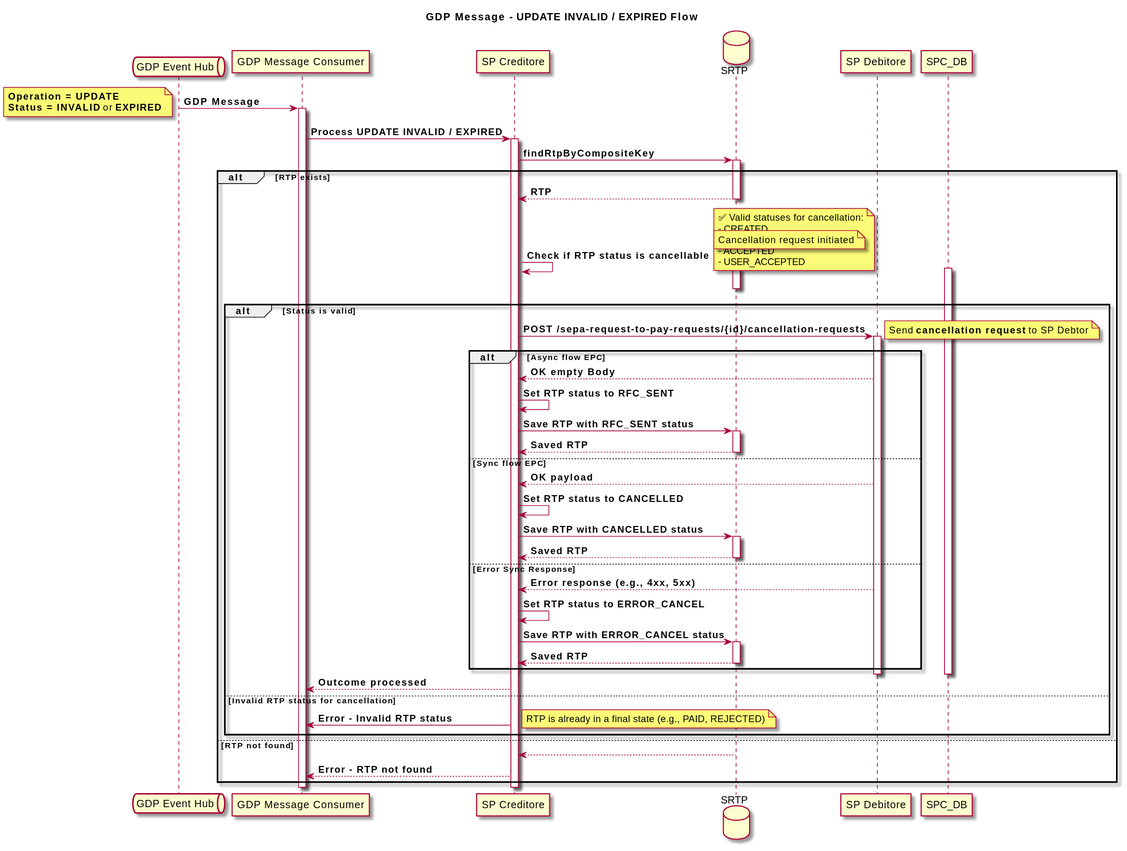
Earlier version of the PlantUML export diagrams/update-expired-invalid-queue-schema.svg (pagopa/rtp-docs).
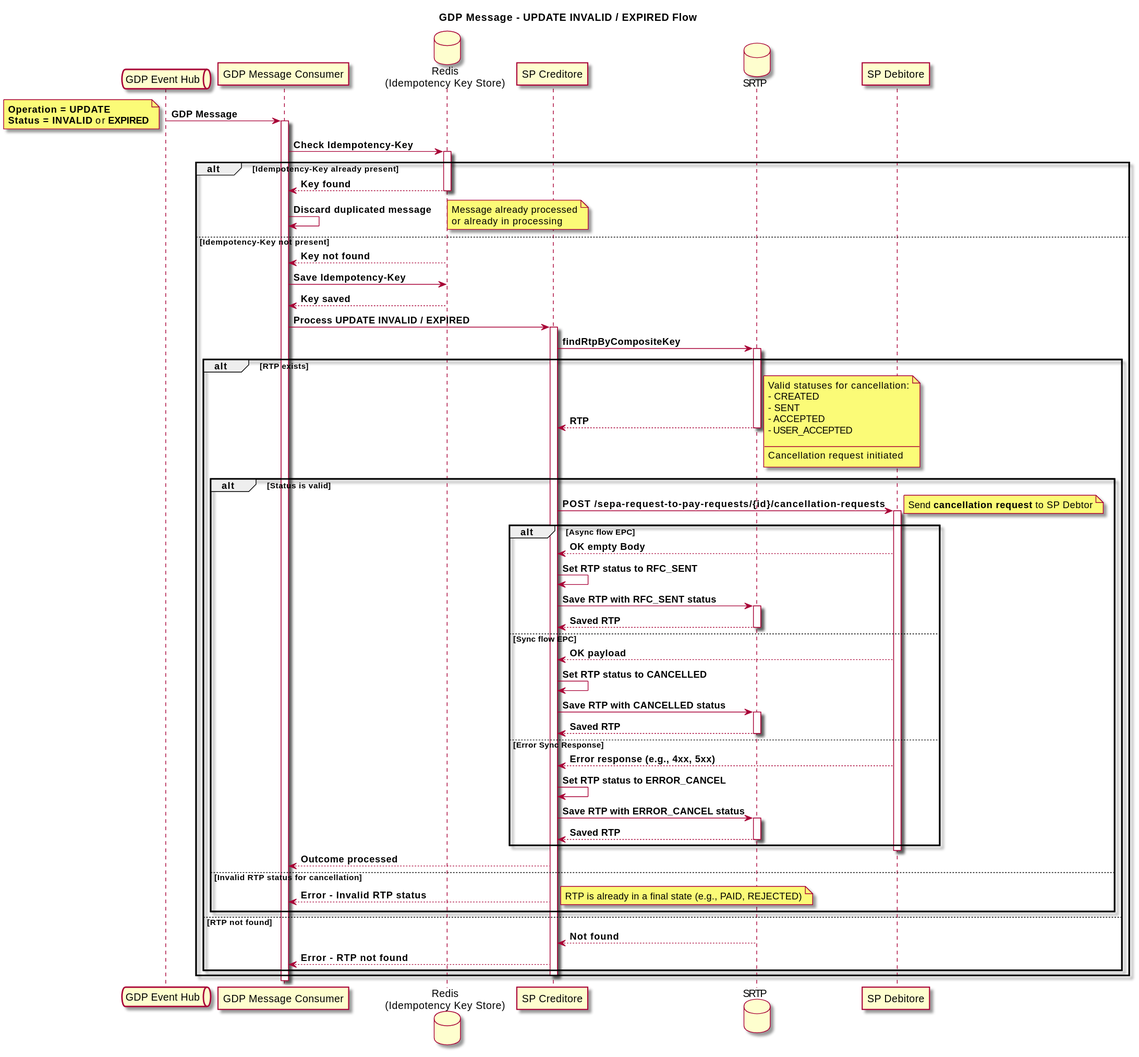
The same diagram one commit later.

Commit message:
feat: [SRTP-1566] add redis to updatate-expired schema

The edit, as a diff of the source:
```diff
@@ -4,6 +4,7 @@
 
 queue "GDP Event Hub" as Queue
 participant "GDP Message Consumer" as Consumer
+database "Redis\n(Idempotency Key Store)" as REDIS
 participant "SP Creditore" as SPC
 database "SRTP" as SRTP
 participant "SP Debitore" as SPD
@@ -15,73 +16,92 @@
 end note
 
 activate Consumer
-Consumer -> SPC: **Process UPDATE INVALID / EXPIRED**
-activate SPC
 
-SPC -> SRTP: **findRtpByCompositeKey**
-activate SRTP
+Consumer -> REDIS: **Check Idempotency-Key**
+activate REDIS
 
-alt **RTP exists**
-  SRTP --> SPC: **RTP**
-  deactivate SRTP
-
-  SPC -> SPC: **Check if RTP status is cancellable**
+alt **Idempotency-Key already present**
+  REDIS --> Consumer: **Key found**
+  deactivate REDIS
+  Consumer -> Consumer: **Discard duplicated message**
   note right
-    ✅ Valid statuses for cancellation:
-    - CREATED
-    - SENT
-    - ACCEPTED
-    - USER_ACCEPTED
+    Message already processed
+    or already in processing
   end note
 
-  alt **Status is valid**
-    note right: Cancellation request initiated
-    activate SPC_DB
-    activate SRTP
+else **Idempotency-Key not present**
+  REDIS --> Consumer: **Key not found**
+  Consumer -> REDIS: **Save Idempotency-Key**
+  REDIS --> Consumer: **Key saved**
+  deactivate REDIS
+
+  Consumer -> SPC: **Process UPDATE INVALID / EXPIRED**
+  activate SPC
+
+  SPC -> SRTP: **findRtpByCompositeKey**
+  activate SRTP
+
+  alt **RTP exists**
+    SRTP --> SPC: **RTP**
     deactivate SRTP
 
-    SPC -> SPD: **POST /sepa-request-to-pay-requests/{id}/cancellation-requests**
-    note right: Send **cancellation request** to SP Debtor
-    activate SPD
+    note right
+      Valid statuses for cancellation:
+      - CREATED
+      - SENT
+      - ACCEPTED
+      - USER_ACCEPTED
 
-    alt **Async flow EPC**
-      SPD --> SPC: **OK empty Body**
-      SPC -> SPC: **Set RTP status to RFC_SENT**
-      SPC -> SRTP: **Save RTP with RFC_SENT status**
-      activate SRTP
-      SRTP --> SPC: **Saved RTP**
-      deactivate SRTP
-    else **Sync flow EPC**
-      SPD --> SPC: **OK payload**
-      SPC -> SPC: **Set RTP status to CANCELLED**
-      SPC -> SRTP: **Save RTP with CANCELLED status**
-      activate SRTP
-      SRTP --> SPC: **Saved RTP**
-      deactivate SRTP
-    else **Error Sync Response**
-      SPD --> SPC: **Error response (e.g., 4xx, 5xx)**
-      SPC -> SPC: **Set RTP status to ERROR_CANCEL**
-      SPC -> SRTP: **Save RTP with ERROR_CANCEL status**
-      activate SRTP
-      SRTP --> SPC: **Saved RTP**
-      deactivate SRTP
+      ---
+      Cancellation request initiated
+    end note
+
+    alt **Status is valid**
+      SPC -> SPD: **POST /sepa-request-to-pay-requests/{id}/cancellation-requests**
+      note right: Send **cancellation request** to SP Debtor
+      activate SPD
+
+      alt **Async flow EPC**
+        SPD --> SPC: **OK empty Body**
+        SPC -> SPC: **Set RTP status to RFC_SENT**
+        SPC -> SRTP: **Save RTP with RFC_SENT status**
+        activate SRTP
+        SRTP --> SPC: **Saved RTP**
+        deactivate SRTP
+
+      else **Sync flow EPC**
+        SPD --> SPC: **OK payload**
+        SPC -> SPC: **Set RTP status to CANCELLED**
+        SPC -> SRTP: **Save RTP with CANCELLED status**
+        activate SRTP
+        SRTP --> SPC: **Saved RTP**
+        deactivate SRTP
+
+      else **Error Sync Response**
+        SPD --> SPC: **Error response (e.g., 4xx, 5xx)**
+        SPC -> SPC: **Set RTP status to ERROR_CANCEL**
+        SPC -> SRTP: **Save RTP with ERROR_CANCEL status**
+        activate SRTP
+        SRTP --> SPC: **Saved RTP**
+        deactivate SRTP
+      end
+
+      deactivate SPD
+      SPC --> Consumer: **Outcome processed**
+
+    else **Invalid RTP status for cancellation**
+      SPC --> Consumer: **Error - Invalid RTP status**
+      note right: RTP is already in a final state (e.g., PAID, REJECTED)
     end
 
-    deactivate SPD
-    deactivate SPC_DB
-    SPC --> Consumer: **Outcome processed**
-
-  else **Invalid RTP status for cancellation**
-    SPC -> Consumer: **Error - Invalid RTP status**
-    note right: RTP is already in a final state (e.g., PAID, REJECTED)
+  else **RTP not found**
+    SRTP --> SPC: **Not found**
+    deactivate SRTP
+    SPC --> Consumer: **Error - RTP not found**
   end
 
-else **RTP not found**
-  SRTP --> SPC
-  deactivate SRTP
-  SPC --> Consumer: **Error - RTP not found**
+  deactivate SPC
 end
 
-deactivate SPC
 deactivate Consumer
 @enduml
```
